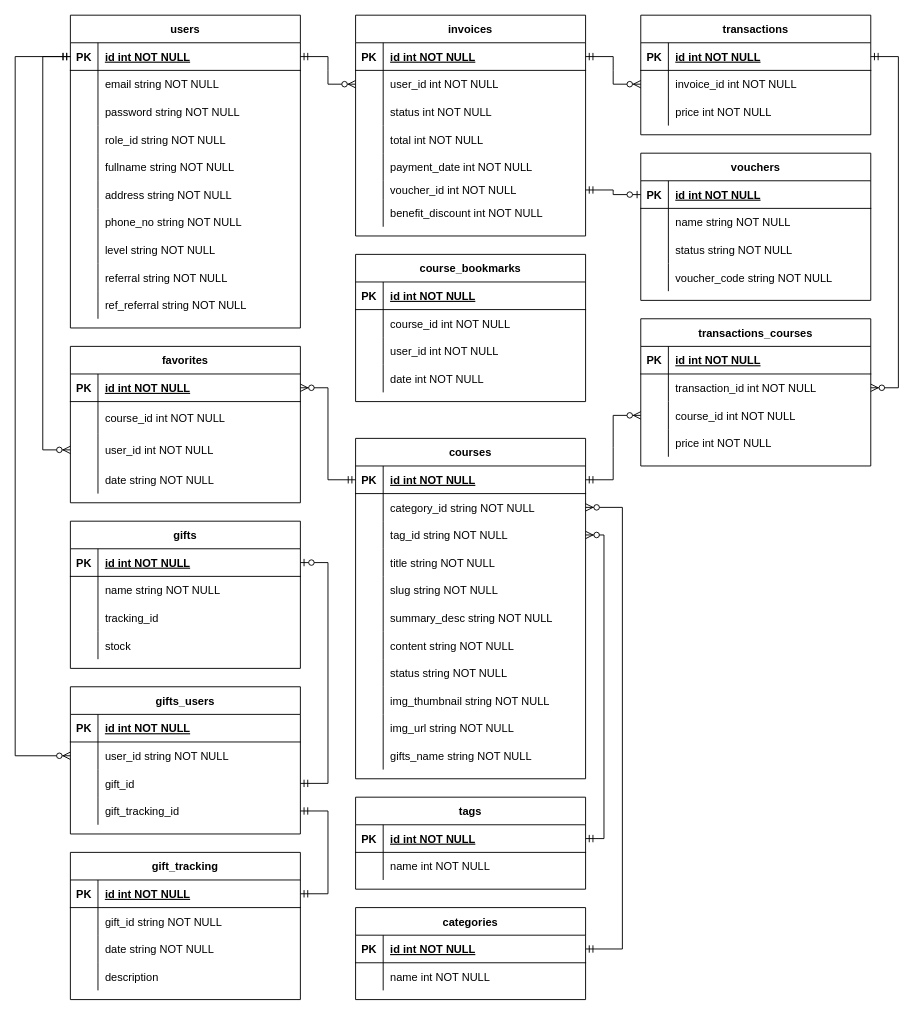
Earlier version of the draw.io diagram online-learning.drawio (azmiadhani/diagramsnet). Source tidied: cells renumbered, new cells numbered last; positions are measured from the earlier drawing's top-left corner, leaving out a move shared by most shapes. Both pictures are drawn from the tidied source at 92%, with x=0, y=0 at pixel (-77, 15).
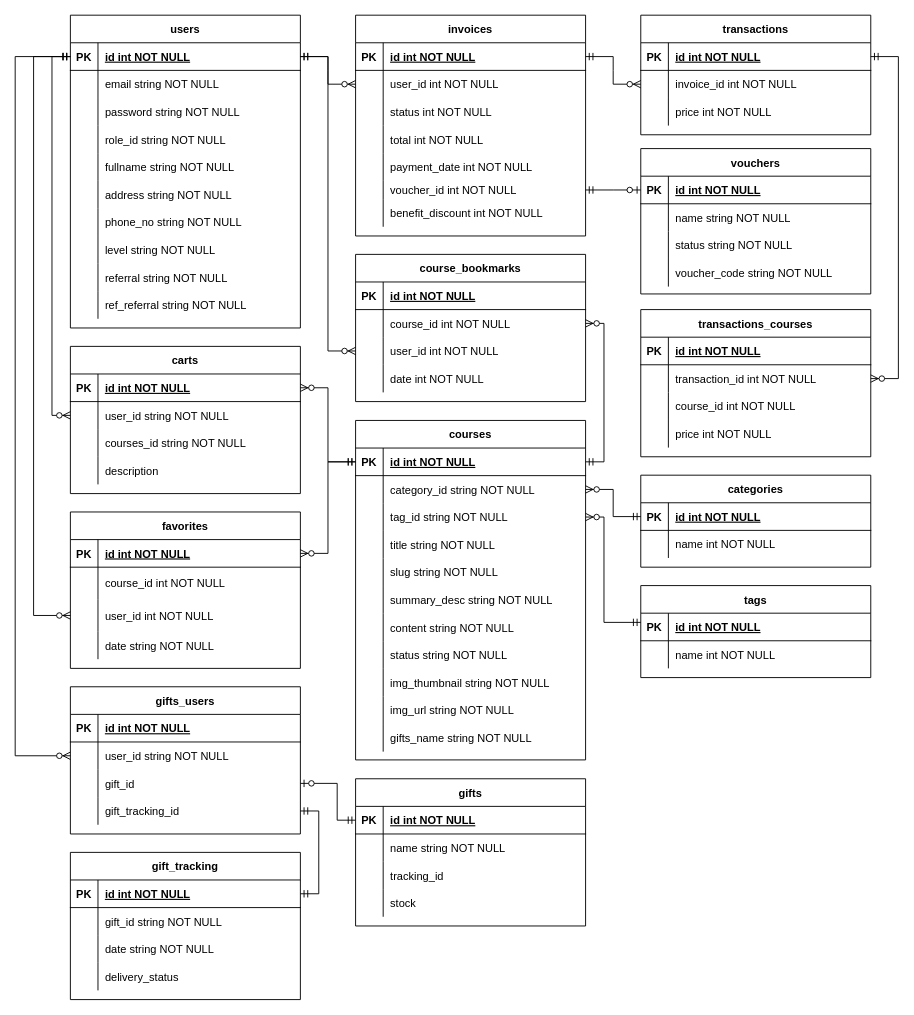
The same page after the edit.

Unchanged cells that the change refers to:
```xml
<mxCell id="3" style="shape=partialRectangle;fillColor=none;points=[[0,0.5],[1,0.5]];portConstraint=eastwest;top=0;left=0;right=0;bottom=1;" parent="2" vertex="1">
  <mxGeometry y="30" width="250" height="30" as="geometry" />
</mxCell>
<mxCell id="34" style="shape=partialRectangle;fillColor=none;points=[[0,0.5],[1,0.5]];portConstraint=eastwest;top=0;left=0;right=0;bottom=1;" parent="33" vertex="1">
  <mxGeometry y="30" width="250" height="30" as="geometry" />
</mxCell>
<mxCell id="40" style="shape=partialRectangle;fillColor=none;points=[[0,0.5],[1,0.5]];portConstraint=eastwest;top=0;left=0;right=0;bottom=0;" parent="33" vertex="1">
  <mxGeometry y="95" width="250" height="35" as="geometry" />
</mxCell>
<mxCell id="47" style="shape=partialRectangle;fillColor=none;points=[[0,0.5],[1,0.5]];portConstraint=eastwest;top=0;left=0;right=0;bottom=1;" parent="46" vertex="1">
  <mxGeometry y="30" width="250" height="30" as="geometry" />
</mxCell>
<mxCell id="50" style="shape=partialRectangle;fillColor=none;points=[[0,0.5],[1,0.5]];portConstraint=eastwest;top=0;left=0;right=0;bottom=0;" parent="46" vertex="1">
  <mxGeometry y="60" width="250" height="30" as="geometry" />
</mxCell>
<mxCell id="53" style="shape=partialRectangle;fillColor=none;points=[[0,0.5],[1,0.5]];portConstraint=eastwest;top=0;left=0;right=0;bottom=0;" parent="46" vertex="1">
  <mxGeometry y="90" width="250" height="30" as="geometry" />
</mxCell>
<mxCell id="81" style="shape=partialRectangle;fillColor=none;points=[[0,0.5],[1,0.5]];portConstraint=eastwest;top=0;left=0;right=0;bottom=1;" parent="80" vertex="1">
  <mxGeometry y="30" width="250" height="30" as="geometry" />
</mxCell>
<mxCell id="88" style="shape=partialRectangle;fillColor=none;points=[[0,0.5],[1,0.5]];portConstraint=eastwest;top=0;left=0;right=0;bottom=1;" parent="87" vertex="1">
  <mxGeometry y="30" width="250" height="30" as="geometry" />
</mxCell>
<mxCell id="144" style="shape=partialRectangle;fillColor=none;points=[[0,0.5],[1,0.5]];portConstraint=eastwest;top=0;left=0;right=0;bottom=1;" parent="143" vertex="1">
  <mxGeometry y="30" width="250" height="30" as="geometry" />
</mxCell>
<mxCell id="163" style="shape=partialRectangle;fillColor=none;points=[[0,0.5],[1,0.5]];portConstraint=eastwest;top=0;left=0;right=0;bottom=0;" parent="156" vertex="1">
  <mxGeometry y="90" width="250" height="30" as="geometry" />
</mxCell>
<mxCell id="173" style="shape=partialRectangle;fillColor=none;points=[[0,0.5],[1,0.5]];portConstraint=eastwest;top=0;left=0;right=0;bottom=1;" parent="172" vertex="1">
  <mxGeometry y="30" width="250" height="30" as="geometry" />
</mxCell>
<mxCell id="182" style="shape=partialRectangle;fillColor=none;top=0;left=0;right=0;bottom=0;" parent="172" vertex="1">
  <mxGeometry y="120" width="250" height="30" as="geometry" />
</mxCell>
<mxCell id="190" style="shape=partialRectangle;fillColor=none;points=[[0,0.5],[1,0.5]];portConstraint=eastwest;top=0;left=0;right=0;bottom=0;" parent="186" vertex="1">
  <mxGeometry y="60" width="250" height="30" as="geometry" />
</mxCell>
<mxCell id="193" style="shape=partialRectangle;fillColor=none;points=[[0,0.5],[1,0.5]];portConstraint=eastwest;top=0;left=0;right=0;bottom=0;" parent="186" vertex="1">
  <mxGeometry y="90" width="250" height="30" as="geometry" />
</mxCell>
<mxCell id="207" style="shape=partialRectangle;fillColor=none;points=[[0,0.5],[1,0.5]];portConstraint=eastwest;top=0;left=0;right=0;bottom=0;" parent="200" vertex="1">
  <mxGeometry y="90" width="250" height="30" as="geometry" />
</mxCell>
<mxCell id="210" style="shape=partialRectangle;fillColor=none;points=[[0,0.5],[1,0.5]];portConstraint=eastwest;top=0;left=0;right=0;bottom=0;" parent="200" vertex="1">
  <mxGeometry y="120" width="250" height="30" as="geometry" />
</mxCell>
```

Change to the diagram source:
```diff
@@
     <mxCell id="33" value="favorites" style="shape=table;startSize=30;childLayout=tableLayout;rowLines=0;fontStyle=1;align=center;" parent="1" vertex="1">
-      <mxGeometry x="160" y="360" width="250" height="170" as="geometry" />
+      <mxGeometry x="160" y="540" width="250" height="170" as="geometry" />
     </mxCell>
@@
     <mxCell id="46" value="courses" style="shape=table;startSize=30;childLayout=tableLayout;rowLines=0;fontStyle=1;align=center;" parent="1" vertex="1">
-      <mxGeometry x="470" y="460" width="250" height="370" as="geometry" />
+      <mxGeometry x="470" y="440.5" width="250" height="369" as="geometry" />
     </mxCell>
@@
     <mxCell id="80" value="tags" style="shape=table;startSize=30;childLayout=tableLayout;rowLines=0;fontStyle=1;align=center;" parent="1" vertex="1">
-      <mxGeometry x="470" y="850" width="250" height="100" as="geometry" />
+      <mxGeometry x="780" y="620" width="250" height="100" as="geometry" />
     </mxCell>
@@
     <mxCell id="87" value="categories" style="shape=table;startSize=30;childLayout=tableLayout;rowLines=0;fontStyle=1;align=center;" parent="1" vertex="1">
-      <mxGeometry x="470" y="970" width="250" height="100" as="geometry" />
+      <mxGeometry x="780" y="500" width="250" height="100" as="geometry" />
     </mxCell>
@@
-    <mxCell id="128" style="edgeStyle=elbowEdgeStyle;fontSize=12;html=1;endArrow=ERzeroToMany;startArrow=ERmandOne;rounded=0;" parent="1" edge="1" source="81" target="53">
-      <mxGeometry relative="1" as="geometry">
-        <Array as="points">
-          <mxPoint x="740" y="640" />
-          <mxPoint x="790" y="620" />
-        </Array>
-      </mxGeometry>
-    </mxCell>
-    <mxCell id="129" style="edgeStyle=elbowEdgeStyle;fontSize=12;html=1;endArrow=ERzeroToMany;startArrow=ERmandOne;rounded=0;" parent="1" edge="1" source="88" target="50">
-      <mxGeometry relative="1" as="geometry">
-        <Array as="points">
-          <mxPoint x="760" y="450" />
-          <mxPoint x="750" y="480" />
-          <mxPoint x="760" y="640" />
-          <mxPoint x="820" y="650" />
-        </Array>
-      </mxGeometry>
-    </mxCell>
     <mxCell id="130" value="vouchers" style="shape=table;startSize=30;childLayout=tableLayout;rowLines=0;fontStyle=1;align=center;" parent="1" vertex="1">
-      <mxGeometry x="780" y="150" width="250" height="160" as="geometry" />
+      <mxGeometry x="780" y="145" width="250" height="158" as="geometry" />
     </mxCell>
@@
     <mxCell id="143" value="gifts" style="shape=table;startSize=30;childLayout=tableLayout;rowLines=0;fontStyle=1;align=center;" parent="1" vertex="1">
-      <mxGeometry x="160" y="550" width="250" height="160" as="geometry" />
+      <mxGeometry x="470" y="830" width="250" height="160" as="geometry" />
     </mxCell>
@@
     <mxCell id="156" value="transactions_courses" style="shape=table;startSize=30;childLayout=tableLayout;rowLines=0;fontStyle=1;align=center;" parent="1" vertex="1">
-      <mxGeometry x="780" y="330" width="250" height="160" as="geometry" />
+      <mxGeometry x="780" y="320" width="250" height="160" as="geometry" />
     </mxCell>
@@
-    <mxCell id="170" style="edgeStyle=entityRelationEdgeStyle;fontSize=12;html=1;endArrow=ERzeroToMany;startArrow=ERmandOne;rounded=0;" parent="1" edge="1" source="47" target="163">
-      <mxGeometry relative="1" as="geometry" />
-    </mxCell>
     <mxCell id="171" style="edgeStyle=elbowEdgeStyle;fontSize=12;html=1;endArrow=ERzeroToMany;startArrow=ERmandOne;rounded=0;" parent="1" edge="1" source="3" target="40">
       <mxGeometry relative="1" as="geometry">
         <Array as="points">
+          <mxPoint x="120" y="240" />
           <mxPoint x="130" y="350" />
           <mxPoint x="130" y="330" />
           <mxPoint x="100" y="340" />
           <mxPoint x="140" y="270" />
         </Array>
       </mxGeometry>
     </mxCell>
@@
-    <mxCell id="184" value="description" style="shape=partialRectangle;overflow=hidden;fillColor=none;top=0;left=0;bottom=0;right=0;align=left;spacingLeft=6;" parent="182" vertex="1">
+    <mxCell id="184" value="delivery_status" style="shape=partialRectangle;overflow=hidden;fillColor=none;top=0;left=0;bottom=0;right=0;align=left;spacingLeft=6;" parent="182" vertex="1">
       <mxGeometry x="30" width="220" height="30" as="geometry" />
     </mxCell>
@@
+    <mxCell id="215" style="edgeStyle=elbowEdgeStyle;fontSize=12;html=1;endArrow=ERmandOne;startArrow=ERmandOne;rounded=0;" parent="1" edge="1" source="173" target="210">
+      <mxGeometry relative="1" as="geometry">
+        <Array as="points">
+          <mxPoint x="430" y="910" />
+        </Array>
+      </mxGeometry>
+    </mxCell>
+    <mxCell id="216" value="carts" style="shape=table;startSize=30;childLayout=tableLayout;rowLines=0;fontStyle=1;align=center;" parent="1" vertex="1">
+      <mxGeometry x="160" y="360" width="250" height="160" as="geometry" />
+    </mxCell>
+    <mxCell id="217" style="shape=partialRectangle;fillColor=none;points=[[0,0.5],[1,0.5]];portConstraint=eastwest;top=0;left=0;right=0;bottom=1;" parent="216" vertex="1">
+      <mxGeometry y="30" width="250" height="30" as="geometry" />
+    </mxCell>
+    <mxCell id="218" value="PK" style="shape=partialRectangle;overflow=hidden;fillColor=none;top=0;left=0;bottom=0;right=0;fontStyle=1;" parent="217" vertex="1">
+      <mxGeometry width="30" height="30" as="geometry" />
+    </mxCell>
+    <mxCell id="219" value="id int NOT NULL " style="shape=partialRectangle;overflow=hidden;fillColor=none;top=0;left=0;bottom=0;right=0;align=left;spacingLeft=6;fontStyle=5;" parent="217" vertex="1">
+      <mxGeometry x="30" width="220" height="30" as="geometry" />
+    </mxCell>
+    <mxCell id="220" style="shape=partialRectangle;fillColor=none;points=[[0,0.5],[1,0.5]];portConstraint=eastwest;top=0;left=0;right=0;bottom=0;" parent="216" vertex="1">
+      <mxGeometry y="60" width="250" height="30" as="geometry" />
+    </mxCell>
+    <mxCell id="221" style="shape=partialRectangle;overflow=hidden;fillColor=none;top=0;left=0;bottom=0;right=0;" parent="220" vertex="1">
+      <mxGeometry width="30" height="30" as="geometry" />
+    </mxCell>
+    <mxCell id="222" value="user_id string NOT NULL" style="shape=partialRectangle;overflow=hidden;fillColor=none;top=0;left=0;bottom=0;right=0;align=left;spacingLeft=6;" parent="220" vertex="1">
+      <mxGeometry x="30" width="220" height="30" as="geometry" />
+    </mxCell>
+    <mxCell id="223" style="shape=partialRectangle;fillColor=none;top=0;left=0;right=0;bottom=0;" parent="216" vertex="1">
+      <mxGeometry y="90" width="250" height="30" as="geometry" />
+    </mxCell>
+    <mxCell id="224" style="shape=partialRectangle;overflow=hidden;fillColor=none;top=0;left=0;bottom=0;right=0;" parent="223" vertex="1">
+      <mxGeometry width="30" height="30" as="geometry" />
+    </mxCell>
+    <mxCell id="225" value="courses_id string NOT NULL" style="shape=partialRectangle;overflow=hidden;fillColor=none;top=0;left=0;bottom=0;right=0;align=left;spacingLeft=6;" parent="223" vertex="1">
+      <mxGeometry x="30" width="220" height="30" as="geometry" />
+    </mxCell>
+    <mxCell id="226" style="shape=partialRectangle;fillColor=none;top=0;left=0;right=0;bottom=0;" parent="216" vertex="1">
+      <mxGeometry y="120" width="250" height="30" as="geometry" />
+    </mxCell>
+    <mxCell id="227" style="shape=partialRectangle;overflow=hidden;fillColor=none;top=0;left=0;bottom=0;right=0;" parent="226" vertex="1">
+      <mxGeometry width="30" height="30" as="geometry" />
+    </mxCell>
+    <mxCell id="228" value="description" style="shape=partialRectangle;overflow=hidden;fillColor=none;top=0;left=0;bottom=0;right=0;align=left;spacingLeft=6;" parent="226" vertex="1">
+      <mxGeometry x="30" width="220" height="30" as="geometry" />
+    </mxCell>
+    <mxCell id="129" style="edgeStyle=elbowEdgeStyle;fontSize=12;html=1;endArrow=ERzeroToMany;startArrow=ERmandOne;rounded=0;" parent="1" edge="1" source="88" target="50">
+      <mxGeometry relative="1" as="geometry" />
+    </mxCell>
+    <mxCell id="229" style="edgeStyle=elbowEdgeStyle;fontSize=12;html=1;endArrow=ERzeroToMany;startArrow=ERmandOne;rounded=0;" parent="1" edge="1" source="47" target="190">
+      <mxGeometry relative="1" as="geometry">
+        <Array as="points">
+          <mxPoint x="740" y="410" />
+        </Array>
+      </mxGeometry>
+    </mxCell>
+    <mxCell id="230" style="edgeStyle=elbowEdgeStyle;fontSize=12;html=1;endArrow=ERzeroToMany;startArrow=ERmandOne;rounded=0;" parent="1" edge="1" source="3" target="193">
+      <mxGeometry relative="1" as="geometry">
+        <Array as="points">
+          <mxPoint x="440" y="210" />
+        </Array>
+      </mxGeometry>
+    </mxCell>
+    <mxCell id="128" style="edgeStyle=elbowEdgeStyle;fontSize=12;html=1;endArrow=ERzeroToMany;startArrow=ERmandOne;rounded=0;" parent="1" edge="1" source="81" target="53">
+      <mxGeometry relative="1" as="geometry">
+        <Array as="points">
+          <mxPoint x="740" y="660" />
+        </Array>
+      </mxGeometry>
+    </mxCell>
+    <mxCell id="231" style="edgeStyle=elbowEdgeStyle;fontSize=12;html=1;endArrow=ERzeroToMany;startArrow=ERmandOne;rounded=0;" parent="1" edge="1" source="3" target="220">
+      <mxGeometry relative="1" as="geometry">
+        <Array as="points">
+          <mxPoint x="140" y="240" />
+          <mxPoint x="140" y="360" />
+          <mxPoint x="140" y="340" />
+          <mxPoint x="110" y="350" />
+          <mxPoint x="150" y="280" />
+        </Array>
+      </mxGeometry>
+    </mxCell>
+    <mxCell id="232" style="edgeStyle=elbowEdgeStyle;fontSize=12;html=1;endArrow=ERzeroToMany;startArrow=ERmandOne;rounded=0;" parent="1" edge="1" source="47" target="217">
+      <mxGeometry relative="1" as="geometry">
+        <Array as="points">
+          <mxPoint x="440" y="440" />
+          <mxPoint x="460" y="530" />
+          <mxPoint x="440" y="530" />
+          <mxPoint x="150" y="370" />
+          <mxPoint x="150" y="350" />
+          <mxPoint x="120" y="360" />
+          <mxPoint x="160" y="290" />
+        </Array>
+      </mxGeometry>
+    </mxCell>
+    <mxCell id="233" style="edgeStyle=elbowEdgeStyle;fontSize=12;html=1;endArrow=ERzeroToOne;startArrow=ERmandOne;rounded=0;" parent="1" edge="1" source="144" target="207">
+      <mxGeometry relative="1" as="geometry">
+        <Array as="points">
+          <mxPoint x="450" y="855" />
+        </Array>
+      </mxGeometry>
+    </mxCell>
-    <mxCell id="213" style="edgeStyle=entityRelationEdgeStyle;fontSize=12;html=1;endArrow=ERzeroToMany;startArrow=ERmandOne;rounded=0;" parent="1" edge="1" source="47" target="34">
-      <mxGeometry relative="1" as="geometry" />
+    <mxCell id="213" style="edgeStyle=elbowEdgeStyle;fontSize=12;html=1;endArrow=ERzeroToMany;startArrow=ERmandOne;rounded=0;" parent="1" edge="1" source="47" target="34">
+      <mxGeometry relative="1" as="geometry">
+        <Array as="points">
+          <mxPoint x="440" y="510" />
+          <mxPoint x="450" y="450" />
+          <mxPoint x="470" y="540" />
+          <mxPoint x="450" y="540" />
+          <mxPoint x="160" y="380" />
+          <mxPoint x="160" y="360" />
+          <mxPoint x="130" y="370" />
+          <mxPoint x="170" y="300" />
+        </Array>
+      </mxGeometry>
     </mxCell>
-    <mxCell id="214" style="edgeStyle=entityRelationEdgeStyle;fontSize=12;html=1;endArrow=ERzeroToOne;startArrow=ERmandOne;rounded=0;" parent="1" edge="1" source="207" target="144">
-      <mxGeometry relative="1" as="geometry" />
-    </mxCell>
-    <mxCell id="215" style="edgeStyle=entityRelationEdgeStyle;fontSize=12;html=1;endArrow=ERmandOne;startArrow=ERmandOne;rounded=0;" parent="1" edge="1" source="173" target="210">
-      <mxGeometry relative="1" as="geometry" />
-    </mxCell>
```
